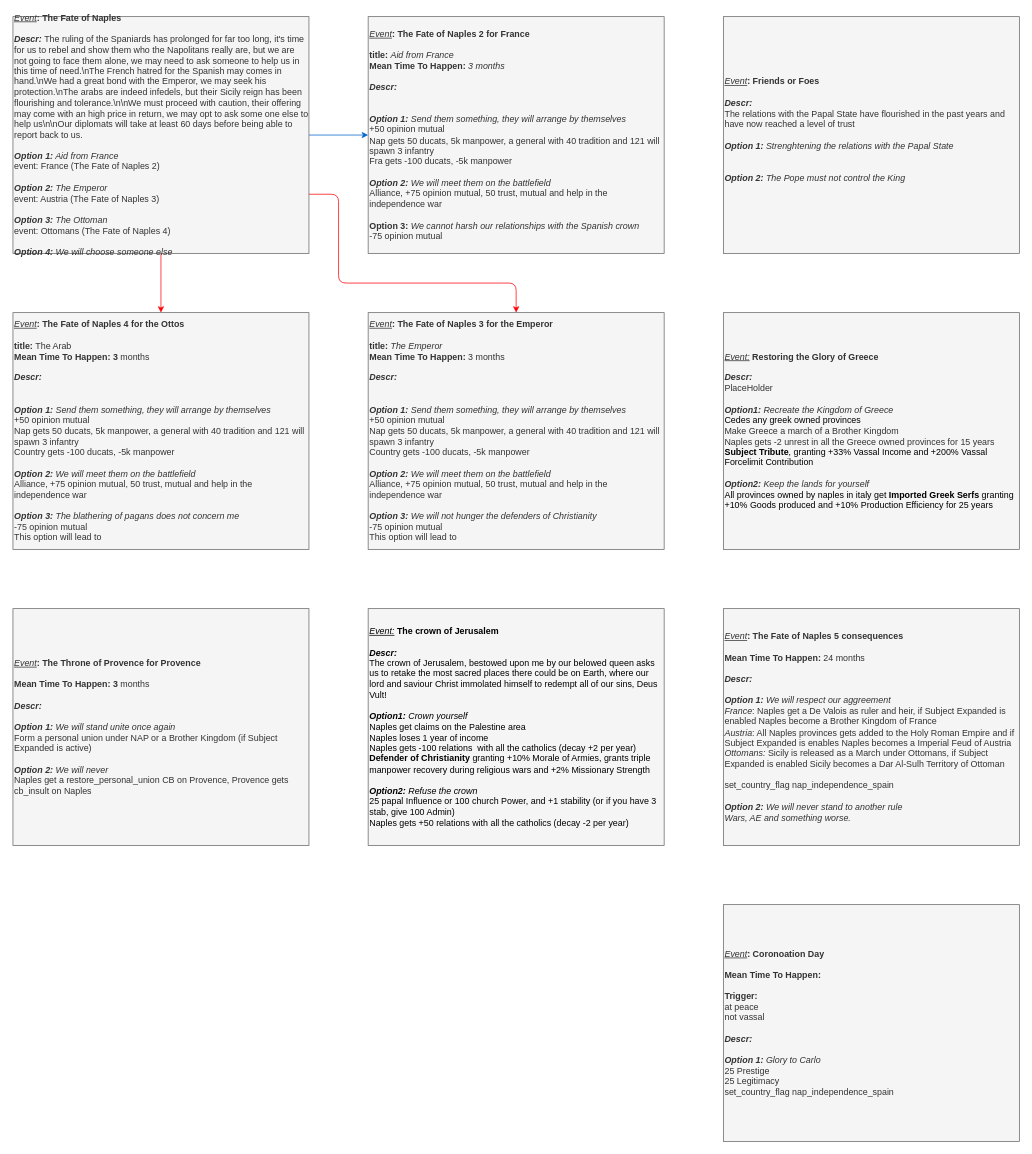
Above: page "Events" (2 of 2) of Naples/It's Pizza Time 0.95.drawio in Melvasul/Missions-Expanded (draw.io), before the change. Source tidied: cells renumbered, new cells numbered last; positions are measured from the earlier drawing's top-left corner, leaving out a move shared by most shapes. Both pictures are drawn from the tidied source at 74%, with x=0, y=0 at pixel (13, 16).
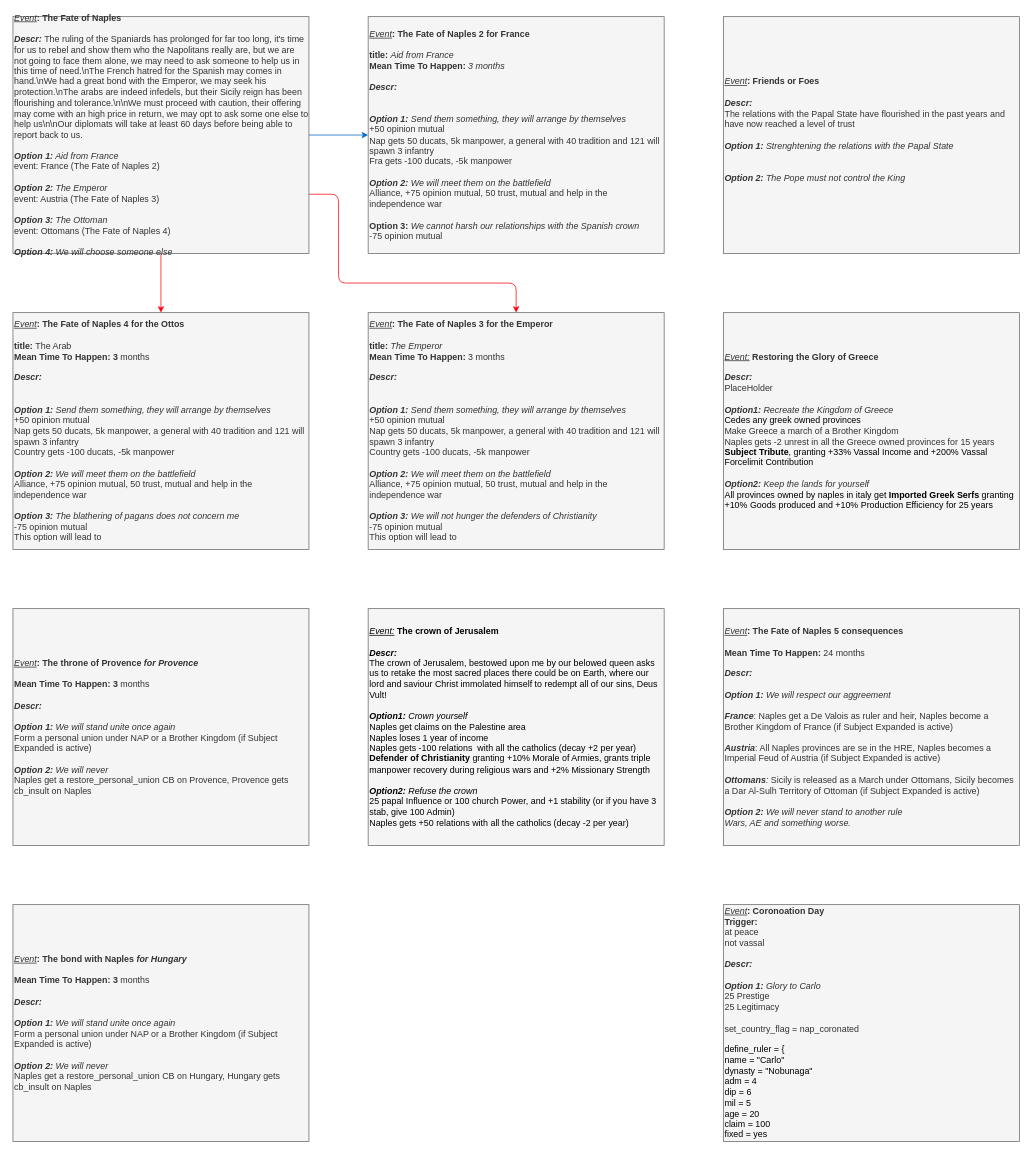
After the change.

What changed in the source:
```diff
@@
-    <mxCell id="9" value="&lt;div style=&quot;font-size: 12px&quot;&gt;&lt;i&gt;&lt;u&gt;Event&lt;/u&gt;&lt;/i&gt;&lt;b&gt;: The Throne of Provence for Provence&lt;/b&gt;&lt;/div&gt;&lt;div style=&quot;font-size: 12px&quot;&gt;&lt;b&gt;&lt;br&gt;&lt;/b&gt;&lt;/div&gt;&lt;div style=&quot;font-size: 12px&quot;&gt;&lt;b&gt;Mean Time To Happen: 3&amp;nbsp;&lt;/b&gt;months&lt;/div&gt;&lt;div style=&quot;font-size: 12px&quot;&gt;&lt;b&gt;&lt;br&gt;&lt;/b&gt;&lt;/div&gt;&lt;div&gt;&lt;font&gt;&lt;div style=&quot;font-size: 12px&quot;&gt;&lt;b style=&quot;font-size: 12px&quot;&gt;&lt;i style=&quot;font-size: 12px&quot;&gt;Descr:&lt;/i&gt;&lt;/b&gt;&lt;/div&gt;&lt;div&gt;&lt;br&gt;&lt;/div&gt;&lt;/font&gt;&lt;/div&gt;&lt;div style=&quot;font-size: 12px&quot;&gt;&lt;/div&gt;&lt;font&gt;&lt;b style=&quot;font-size: 12px ; font-style: italic&quot;&gt;Option 1:&lt;/b&gt;&lt;span style=&quot;font-size: 12px ; font-style: italic&quot;&gt;&amp;nbsp;We will stand unite once again&lt;br&gt;&lt;/span&gt;Form a personal union under NAP or a Brother Kingdom (if Subject Expanded is active)&lt;br&gt;&lt;br&gt;&lt;span style=&quot;font-size: 12px&quot;&gt;&lt;i&gt;&lt;b&gt;Option 2:&lt;/b&gt; We will never&amp;nbsp;&lt;br&gt;&lt;/i&gt;&lt;/span&gt;Naples get a restore_personal_union CB on Provence, Provence gets cb_insult on Naples&lt;br&gt;&lt;/font&gt;" style="rounded=0;whiteSpace=wrap;html=1;align=left;fontSize=12;fillColor=#f5f5f5;strokeColor=#666666;fontColor=#333333;" parent="1" vertex="1">
+    <mxCell id="9" value="&lt;div style=&quot;font-size: 12px&quot;&gt;&lt;i&gt;&lt;u&gt;Event&lt;/u&gt;&lt;/i&gt;&lt;b&gt;: The throne of Provence &lt;i&gt;for Provence&lt;/i&gt;&lt;/b&gt;&lt;/div&gt;&lt;div style=&quot;font-size: 12px&quot;&gt;&lt;b&gt;&lt;br&gt;&lt;/b&gt;&lt;/div&gt;&lt;div style=&quot;font-size: 12px&quot;&gt;&lt;b&gt;Mean Time To Happen: 3&amp;nbsp;&lt;/b&gt;months&lt;/div&gt;&lt;div style=&quot;font-size: 12px&quot;&gt;&lt;b&gt;&lt;br&gt;&lt;/b&gt;&lt;/div&gt;&lt;div&gt;&lt;font&gt;&lt;div style=&quot;font-size: 12px&quot;&gt;&lt;b style=&quot;font-size: 12px&quot;&gt;&lt;i style=&quot;font-size: 12px&quot;&gt;Descr:&lt;/i&gt;&lt;/b&gt;&lt;/div&gt;&lt;div&gt;&lt;br&gt;&lt;/div&gt;&lt;/font&gt;&lt;/div&gt;&lt;div style=&quot;font-size: 12px&quot;&gt;&lt;/div&gt;&lt;font&gt;&lt;b style=&quot;font-size: 12px ; font-style: italic&quot;&gt;Option 1:&lt;/b&gt;&lt;span style=&quot;font-size: 12px ; font-style: italic&quot;&gt;&amp;nbsp;We will stand unite once again&lt;br&gt;&lt;/span&gt;Form a personal union under NAP or a Brother Kingdom (if Subject Expanded is active)&lt;br&gt;&lt;br&gt;&lt;span style=&quot;font-size: 12px&quot;&gt;&lt;i&gt;&lt;b&gt;Option 2:&lt;/b&gt; We will never&amp;nbsp;&lt;br&gt;&lt;/i&gt;&lt;/span&gt;Naples get a restore_personal_union CB on Provence, Provence gets cb_insult on Naples&lt;br&gt;&lt;/font&gt;" style="rounded=0;whiteSpace=wrap;html=1;align=left;fontSize=12;fillColor=#f5f5f5;strokeColor=#666666;fontColor=#333333;" parent="1" vertex="1">
       <mxGeometry y="800" width="400" height="320" as="geometry" />
     </mxCell>
+    <mxCell id="15" value="&lt;div style=&quot;font-size: 12px&quot;&gt;&lt;i&gt;&lt;u&gt;Event&lt;/u&gt;&lt;/i&gt;&lt;b&gt;: The bond with Naples &lt;/b&gt;&lt;i&gt;&lt;b&gt;for Hungary&lt;/b&gt;&lt;/i&gt;&lt;/div&gt;&lt;div style=&quot;font-size: 12px&quot;&gt;&lt;b&gt;&lt;br&gt;&lt;/b&gt;&lt;/div&gt;&lt;div style=&quot;font-size: 12px&quot;&gt;&lt;b&gt;Mean Time To Happen: 3&amp;nbsp;&lt;/b&gt;months&lt;/div&gt;&lt;div style=&quot;font-size: 12px&quot;&gt;&lt;b&gt;&lt;br&gt;&lt;/b&gt;&lt;/div&gt;&lt;div&gt;&lt;font&gt;&lt;div style=&quot;font-size: 12px&quot;&gt;&lt;b style=&quot;font-size: 12px&quot;&gt;&lt;i style=&quot;font-size: 12px&quot;&gt;Descr:&lt;/i&gt;&lt;/b&gt;&lt;/div&gt;&lt;div&gt;&lt;br&gt;&lt;/div&gt;&lt;/font&gt;&lt;/div&gt;&lt;div style=&quot;font-size: 12px&quot;&gt;&lt;/div&gt;&lt;font&gt;&lt;b style=&quot;font-size: 12px ; font-style: italic&quot;&gt;Option 1:&lt;/b&gt;&lt;span style=&quot;font-size: 12px ; font-style: italic&quot;&gt;&amp;nbsp;We will stand unite once again&lt;br&gt;&lt;/span&gt;Form a personal union under NAP or a Brother Kingdom (if Subject Expanded is active)&lt;br&gt;&lt;br&gt;&lt;span style=&quot;font-size: 12px&quot;&gt;&lt;i&gt;&lt;b&gt;Option 2:&lt;/b&gt; We will never&amp;nbsp;&lt;br&gt;&lt;/i&gt;&lt;/span&gt;Naples get a restore_personal_union CB on Hungary, Hungary gets cb_insult on Naples&lt;br&gt;&lt;/font&gt;" style="rounded=0;whiteSpace=wrap;html=1;align=left;fontSize=12;fillColor=#f5f5f5;strokeColor=#666666;fontColor=#333333;" parent="1" vertex="1">
+      <mxGeometry y="1200" width="400" height="320" as="geometry" />
+    </mxCell>
@@
-    <mxCell id="13" value="&lt;div style=&quot;font-size: 12px&quot;&gt;&lt;i&gt;&lt;u&gt;Event&lt;/u&gt;&lt;/i&gt;&lt;b&gt;: The Fate of Naples 5 consequences&lt;/b&gt;&lt;/div&gt;&lt;div style=&quot;font-size: 12px&quot;&gt;&lt;b&gt;&lt;br&gt;&lt;/b&gt;&lt;/div&gt;&lt;div style=&quot;font-size: 12px&quot;&gt;&lt;b&gt;Mean Time To Happen: &lt;/b&gt;24 months&lt;/div&gt;&lt;div style=&quot;font-size: 12px&quot;&gt;&lt;b&gt;&lt;br&gt;&lt;/b&gt;&lt;/div&gt;&lt;div&gt;&lt;font&gt;&lt;div style=&quot;font-size: 12px&quot;&gt;&lt;b style=&quot;font-size: 12px&quot;&gt;&lt;i style=&quot;font-size: 12px&quot;&gt;Descr:&amp;nbsp;&lt;/i&gt;&lt;/b&gt;&lt;/div&gt;&lt;div style=&quot;font-size: 12px&quot;&gt;&lt;b style=&quot;font-size: 12px&quot;&gt;&lt;i style=&quot;font-size: 12px&quot;&gt;&lt;br&gt;&lt;/i&gt;&lt;/b&gt;&lt;/div&gt;&lt;/font&gt;&lt;/div&gt;&lt;div style=&quot;font-size: 12px&quot;&gt;&lt;/div&gt;&lt;font&gt;&lt;b style=&quot;font-size: 12px ; font-style: italic&quot;&gt;Option 1:&lt;/b&gt;&lt;span style=&quot;font-size: 12px ; font-style: italic&quot;&gt;&amp;nbsp;We will respect our aggreement&lt;/span&gt;&lt;br&gt;&lt;i&gt;France&lt;/i&gt;: Naples get a De Valois as ruler and heir, if Subject Expanded is enabled Naples become a Brother Kingdom of France&lt;br&gt;&lt;i&gt;Austria&lt;/i&gt;: All Naples provinces gets added to the Holy Roman Empire and if Subject Expanded is enables Naples becomes a Imperial Feud of Austria&lt;br&gt;&lt;i&gt;Ottomans:&lt;/i&gt;&amp;nbsp;Sicily is released as a March under Ottomans, if Subject Expanded is enabled Sicily becomes a Dar Al-Sulh Territory of Ottoman&lt;br&gt;&lt;br&gt;set_country_flag nap_independence_spain&lt;br&gt;&lt;br&gt;&lt;span style=&quot;font-size: 12px&quot;&gt;&lt;i&gt;&lt;b&gt;Option 2:&lt;/b&gt; We will never stand to another rule&lt;br&gt;Wars, AE and something worse.&lt;br&gt;&lt;/i&gt;&lt;/span&gt;&lt;/font&gt;" style="rounded=0;whiteSpace=wrap;html=1;align=left;fontSize=12;fillColor=#f5f5f5;strokeColor=#666666;fontColor=#333333;" parent="1" vertex="1">
+    <mxCell id="13" value="&lt;div style=&quot;font-size: 12px&quot;&gt;&lt;i&gt;&lt;u&gt;Event&lt;/u&gt;&lt;/i&gt;&lt;b&gt;: The Fate of Naples 5 consequences&lt;/b&gt;&lt;/div&gt;&lt;div style=&quot;font-size: 12px&quot;&gt;&lt;b&gt;&lt;br&gt;&lt;/b&gt;&lt;/div&gt;&lt;div style=&quot;font-size: 12px&quot;&gt;&lt;b&gt;Mean Time To Happen: &lt;/b&gt;24 months&lt;/div&gt;&lt;div style=&quot;font-size: 12px&quot;&gt;&lt;b&gt;&lt;br&gt;&lt;/b&gt;&lt;/div&gt;&lt;div&gt;&lt;font&gt;&lt;div style=&quot;font-size: 12px&quot;&gt;&lt;b style=&quot;font-size: 12px&quot;&gt;&lt;i style=&quot;font-size: 12px&quot;&gt;Descr:&amp;nbsp;&lt;/i&gt;&lt;/b&gt;&lt;/div&gt;&lt;div style=&quot;font-size: 12px&quot;&gt;&lt;b style=&quot;font-size: 12px&quot;&gt;&lt;i style=&quot;font-size: 12px&quot;&gt;&lt;br&gt;&lt;/i&gt;&lt;/b&gt;&lt;/div&gt;&lt;/font&gt;&lt;/div&gt;&lt;div style=&quot;font-size: 12px&quot;&gt;&lt;/div&gt;&lt;font&gt;&lt;b style=&quot;font-size: 12px ; font-style: italic&quot;&gt;Option 1:&lt;/b&gt;&lt;span style=&quot;font-size: 12px ; font-style: italic&quot;&gt;&amp;nbsp;We will respect our aggreement&lt;/span&gt;&lt;br&gt;&lt;i&gt;&lt;b&gt;&lt;br&gt;France&lt;/b&gt;&lt;/i&gt;: Naples get a De Valois as ruler and heir, Naples become a Brother Kingdom of France (if Subject Expanded is active)&lt;br&gt;&lt;i&gt;&lt;b&gt;&lt;br&gt;Austria&lt;/b&gt;&lt;/i&gt;: All Naples provinces are se in the HRE, Naples becomes a Imperial Feud of Austria (if Subject Expanded is active)&lt;br&gt;&lt;br&gt;&lt;i&gt;&lt;b&gt;Ottomans&lt;/b&gt;:&lt;/i&gt;&amp;nbsp;Sicily is released as a March under Ottomans, Sicily becomes a Dar Al-Sulh Territory of Ottoman (if Subject Expanded is active)&lt;br&gt;&lt;br&gt;&lt;span style=&quot;font-size: 12px&quot;&gt;&lt;i&gt;&lt;b&gt;Option 2:&lt;/b&gt; We will never stand to another rule&lt;br&gt;Wars, AE and something worse.&lt;br&gt;&lt;/i&gt;&lt;/span&gt;&lt;/font&gt;" style="rounded=0;whiteSpace=wrap;html=1;align=left;fontSize=12;fillColor=#f5f5f5;strokeColor=#666666;fontColor=#333333;" parent="1" vertex="1">
       <mxGeometry x="960" y="800" width="400" height="320" as="geometry" />
     </mxCell>
-    <mxCell id="14" value="&lt;div style=&quot;font-size: 12px&quot;&gt;&lt;i&gt;&lt;u&gt;Event&lt;/u&gt;&lt;/i&gt;&lt;b&gt;: Coronoation Day&lt;/b&gt;&lt;/div&gt;&lt;div style=&quot;font-size: 12px&quot;&gt;&lt;b&gt;&lt;br&gt;&lt;/b&gt;&lt;/div&gt;&lt;div style=&quot;font-size: 12px&quot;&gt;&lt;b&gt;Mean Time To Happen:&amp;nbsp;&lt;/b&gt;&lt;/div&gt;&lt;div style=&quot;font-size: 12px&quot;&gt;&lt;b&gt;&lt;br&gt;&lt;/b&gt;&lt;/div&gt;&lt;div style=&quot;font-size: 12px&quot;&gt;&lt;b&gt;Trigger:&lt;/b&gt;&lt;/div&gt;&lt;div style=&quot;font-size: 12px&quot;&gt;at peace&lt;/div&gt;&lt;div style=&quot;font-size: 12px&quot;&gt;not vassal&lt;/div&gt;&lt;div style=&quot;font-size: 12px&quot;&gt;&lt;b&gt;&lt;br&gt;&lt;/b&gt;&lt;/div&gt;&lt;div&gt;&lt;font&gt;&lt;div style=&quot;font-size: 12px&quot;&gt;&lt;b style=&quot;font-size: 12px&quot;&gt;&lt;i style=&quot;font-size: 12px&quot;&gt;Descr:&amp;nbsp;&lt;/i&gt;&lt;/b&gt;&lt;/div&gt;&lt;div style=&quot;font-size: 12px&quot;&gt;&lt;b style=&quot;font-size: 12px&quot;&gt;&lt;i style=&quot;font-size: 12px&quot;&gt;&lt;br&gt;&lt;/i&gt;&lt;/b&gt;&lt;/div&gt;&lt;/font&gt;&lt;/div&gt;&lt;div style=&quot;font-size: 12px&quot;&gt;&lt;/div&gt;&lt;font&gt;&lt;b style=&quot;font-size: 12px ; font-style: italic&quot;&gt;Option 1:&lt;/b&gt;&lt;span style=&quot;font-size: 12px ; font-style: italic&quot;&gt;&amp;nbsp;Glory to Carlo&lt;/span&gt;&lt;br&gt;&lt;span style=&quot;font-size: 12px&quot;&gt;25 Prestige&lt;br&gt;25 Legitimacy&lt;br&gt;set_country_flag nap_independence_spain&lt;br&gt;&lt;/span&gt;&lt;/font&gt;" style="rounded=0;whiteSpace=wrap;html=1;align=left;fontSize=12;fillColor=#f5f5f5;strokeColor=#666666;fontColor=#333333;" parent="1" vertex="1">
+    <mxCell id="14" value="&lt;div style=&quot;font-size: 12px&quot;&gt;&lt;i&gt;&lt;u&gt;Event&lt;/u&gt;&lt;/i&gt;&lt;b&gt;: Coronoation Day&lt;/b&gt;&lt;/div&gt;&lt;div style=&quot;font-size: 12px&quot;&gt;&lt;b&gt;Trigger:&lt;/b&gt;&lt;br&gt;&lt;/div&gt;&lt;div style=&quot;font-size: 12px&quot;&gt;at peace&lt;/div&gt;&lt;div style=&quot;font-size: 12px&quot;&gt;not vassal&lt;/div&gt;&lt;div style=&quot;font-size: 12px&quot;&gt;&lt;b&gt;&lt;br&gt;&lt;/b&gt;&lt;/div&gt;&lt;div&gt;&lt;font&gt;&lt;div style=&quot;font-size: 12px&quot;&gt;&lt;b style=&quot;font-size: 12px&quot;&gt;&lt;i style=&quot;font-size: 12px&quot;&gt;Descr:&amp;nbsp;&lt;/i&gt;&lt;/b&gt;&lt;/div&gt;&lt;div style=&quot;font-size: 12px&quot;&gt;&lt;b style=&quot;font-size: 12px&quot;&gt;&lt;i style=&quot;font-size: 12px&quot;&gt;&lt;br&gt;&lt;/i&gt;&lt;/b&gt;&lt;/div&gt;&lt;/font&gt;&lt;/div&gt;&lt;div style=&quot;font-size: 12px&quot;&gt;&lt;/div&gt;&lt;font&gt;&lt;b style=&quot;font-size: 12px ; font-style: italic&quot;&gt;Option 1:&lt;/b&gt;&lt;span style=&quot;font-size: 12px ; font-style: italic&quot;&gt;&amp;nbsp;Glory to Carlo&lt;/span&gt;&lt;br&gt;25 Prestige&lt;br&gt;25 Legitimacy&lt;br&gt;&lt;br&gt;set_country_flag = nap_coronated&lt;br&gt;&lt;br&gt;&lt;span style=&quot;color: rgb(0 , 0 , 0)&quot;&gt;define_ruler = {&amp;nbsp;&lt;br&gt;&lt;/span&gt;&lt;span style=&quot;color: rgb(0 , 0 , 0)&quot;&gt;name = &quot;Carlo&quot;&lt;br&gt;&lt;/span&gt;&lt;span style=&quot;color: rgb(0 , 0 , 0)&quot;&gt;dynasty = &quot;Nobunaga&quot;&lt;br&gt;&lt;/span&gt;&lt;span style=&quot;color: rgb(0 , 0 , 0)&quot;&gt;adm = 4&lt;br&gt;&lt;/span&gt;&lt;span style=&quot;color: rgb(0 , 0 , 0)&quot;&gt;dip = 6&lt;br&gt;&lt;/span&gt;&lt;span style=&quot;color: rgb(0 , 0 , 0)&quot;&gt;mil = 5&lt;br&gt;&lt;/span&gt;&lt;span style=&quot;color: rgb(0 , 0 , 0)&quot;&gt;age = 20&amp;nbsp;&lt;br&gt;&lt;/span&gt;&lt;span style=&quot;color: rgb(0 , 0 , 0)&quot;&gt;claim = 100&amp;nbsp;&lt;br&gt;&lt;/span&gt;&lt;span style=&quot;color: rgb(0 , 0 , 0)&quot;&gt;fixed = yes&lt;/span&gt;&lt;span style=&quot;font-size: 12px&quot;&gt;&lt;br&gt;&lt;/span&gt;&lt;/font&gt;" style="rounded=0;whiteSpace=wrap;html=1;align=left;fontSize=12;fillColor=#f5f5f5;strokeColor=#666666;fontColor=#333333;" parent="1" vertex="1">
       <mxGeometry x="960" y="1200" width="400" height="320" as="geometry" />
     </mxCell>
```
